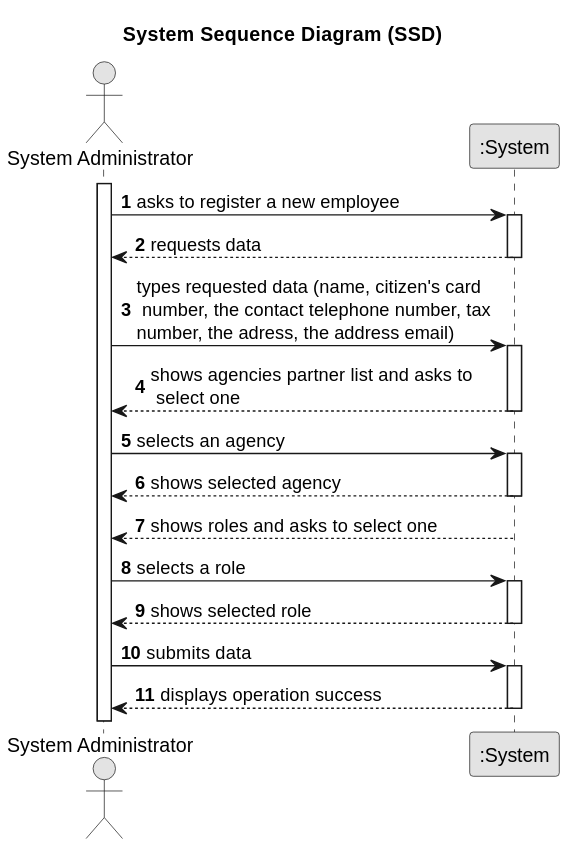
Earlier version of the PlantUML export docs/sprintB/us003/01.requirements-engineering/svg/us003-system-sequence-diagram.svg (rita-barbosa/LAPR2-2223).
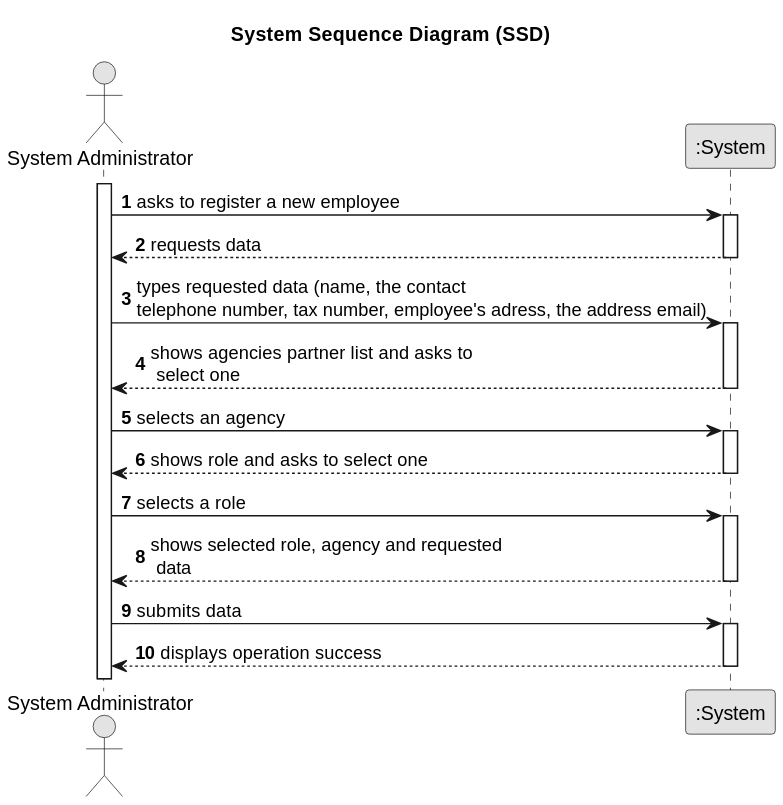
The same file after the commit.

Commit message:
Update Sequence Diagram (full, partial & split) [US03][Design]

Change to the diagram source:
```diff
@@ -18,7 +18,7 @@
         System --> Employee : requests data
     deactivate System
 
-    Employee -> System : types requested data (name, citizen's card\n number, the contact telephone number, tax\nnumber, the adress, the address email)
+    Employee -> System : types requested data (name, the contact \ntelephone number, tax number, employee's adress, the address email)
     activate System
 
         System --> Employee : shows agencies partner list and asks to \n select one
@@ -27,17 +27,15 @@
     Employee -> System : selects an agency
     activate System
 
-    System --> Employee : shows selected agency
-        deactivate System
 
-    System --> Employee : shows roles and asks to select one
+    System --> Employee : shows role and asks to select one
         deactivate System
 
     Employee -> System : selects a role
             activate System
 
 
-        System --> Employee : shows selected role
+        System --> Employee : shows selected role, agency and requested \n data
     deactivate System
 
     Employee -> System : submits data
```
